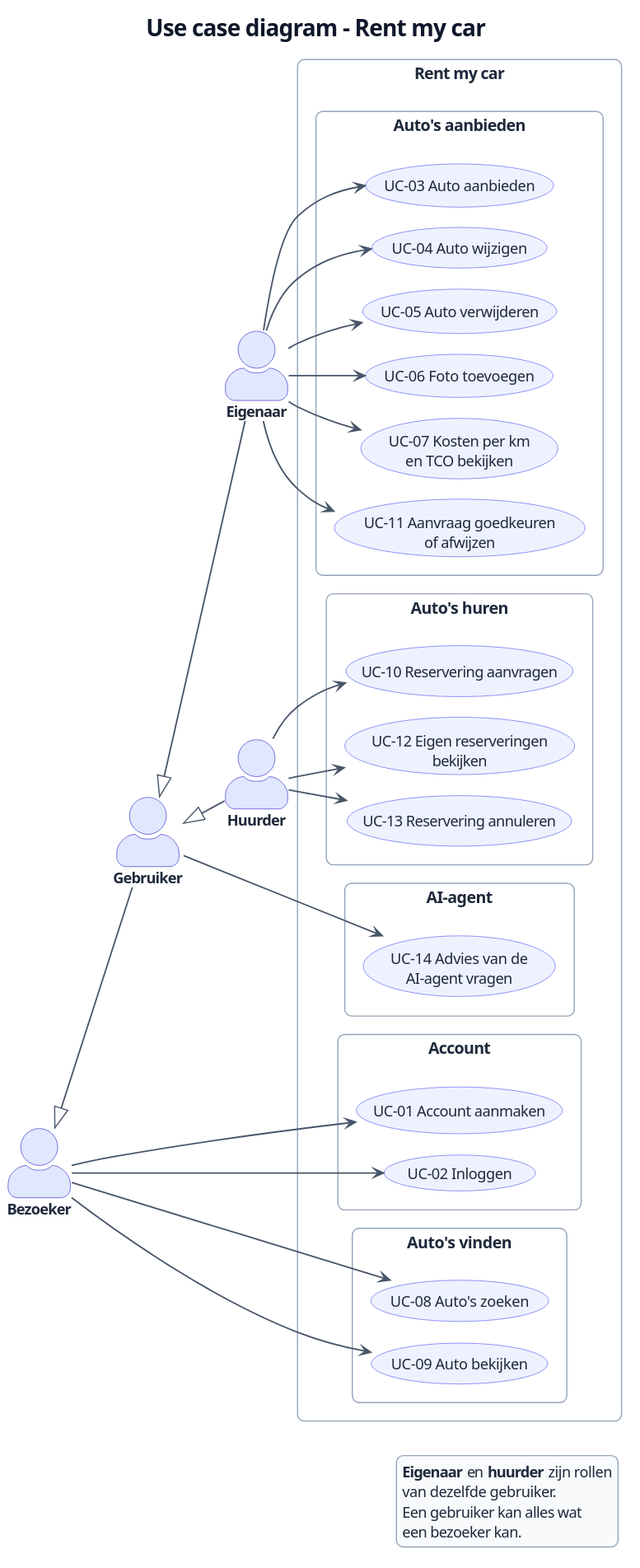
ThimoHarte/RentMyCar keeps this PlantUML diagram as docs/images/use-case-diagram.svg. Above is the earlier version.
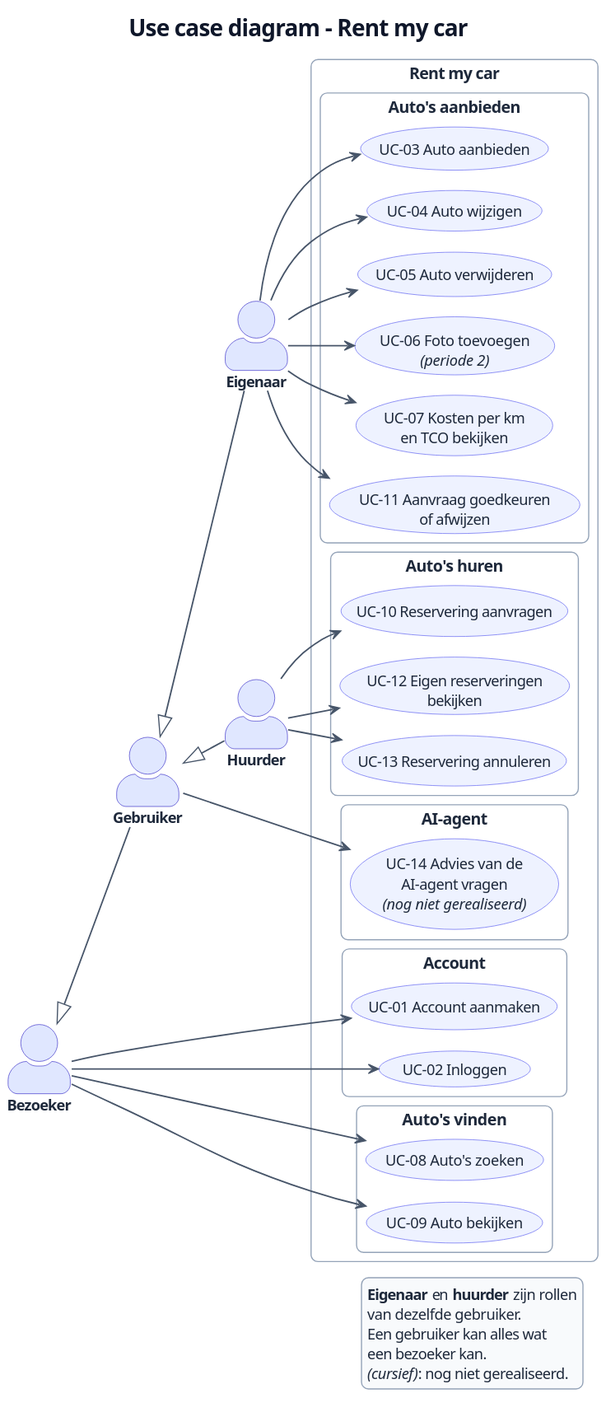
After the change.

Diff of the diagram source:
```diff
@@ -31,7 +31,7 @@
         usecase "UC-03 Auto aanbieden" as UC03
         usecase "UC-04 Auto wijzigen" as UC04
         usecase "UC-05 Auto verwijderen" as UC05
-        usecase "UC-06 Foto toevoegen" as UC06
+        usecase "UC-06 Foto toevoegen\n<i>(periode 2)</i>" as UC06
         usecase "UC-07 Kosten per km\nen TCO bekijken" as UC07
         usecase "UC-11 Aanvraag goedkeuren\nof afwijzen" as UC11
     }
@@ -43,7 +43,7 @@
     }
 
     package "<b>AI-agent</b>" {
-        usecase "UC-14 Advies van de\nAI-agent vragen" as UC14
+        usecase "UC-14 Advies van de\nAI-agent vragen\n<i>(nog niet gerealiseerd)</i>" as UC14
     }
 }
 
@@ -70,5 +70,6 @@
   van dezelfde gebruiker.
   Een gebruiker kan alles wat
   een bezoeker kan.
+  <i>(cursief)</i>: nog niet gerealiseerd.
 endlegend
 @enduml
```
